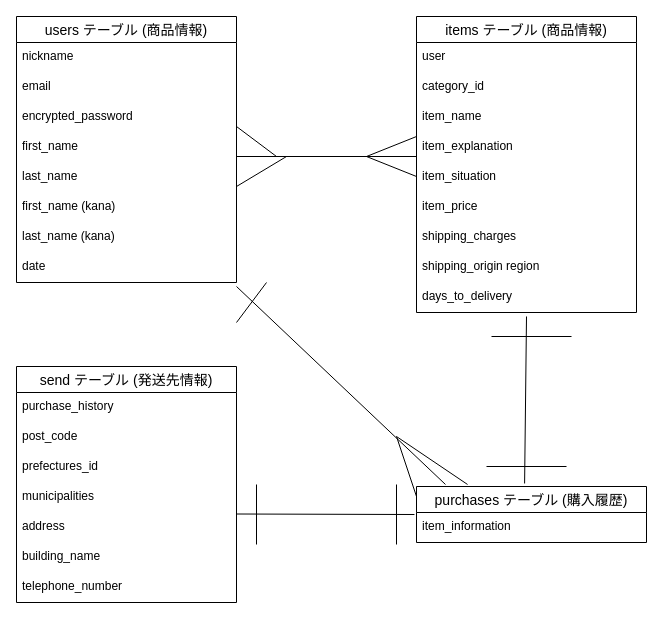
This is page "ページ2" (2 of 2) of furima-.dio from kzm0620/furima_39225, a draw.io file, before an edit. Source tidied: cells renumbered, new cells numbered last; positions are measured from the earlier drawing's top-left corner, leaving out a move shared by most shapes. Both pictures are drawn from the tidied source at 100%, with x=0, y=0 at pixel (16, 16).
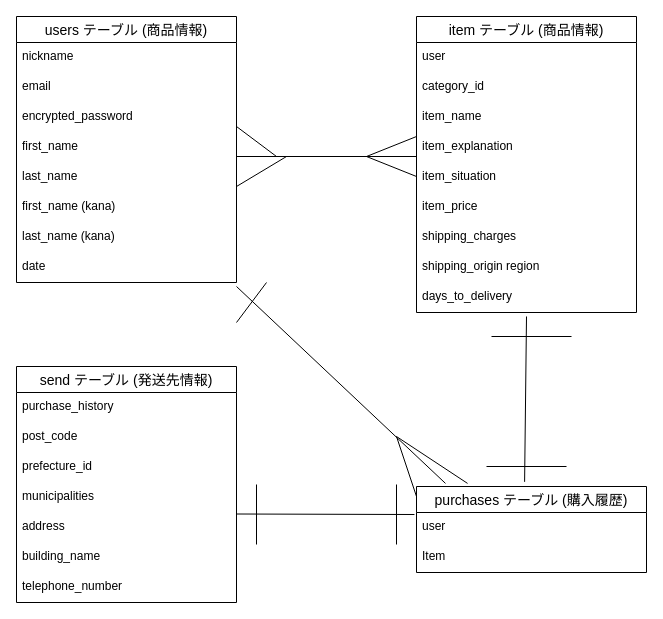
After the change.

The change refers to these unchanged cells:
```xml
<mxCell id="23" value="send テーブル (発送先情報)" style="swimlane;fontStyle=0;horizontal=1;startSize=26;align=center;fontSize=14;" parent="1" vertex="1">
  <mxGeometry y="350" width="220" height="236" as="geometry" />
</mxCell>
```

What changed in the source:
```diff
@@
-    <mxCell id="11" value="items テーブル (商品情報)" style="swimlane;fontStyle=0;horizontal=1;startSize=26;align=center;fontSize=14;" parent="1" vertex="1">
+    <mxCell id="11" value="item テーブル (商品情報)" style="swimlane;fontStyle=0;horizontal=1;startSize=26;align=center;fontSize=14;" parent="1" vertex="1">
       <mxGeometry x="400" width="220" height="296" as="geometry" />
     </mxCell>
@@
     <mxCell id="21" value="purchases テーブル (購入履歴)" style="swimlane;fontStyle=0;horizontal=1;startSize=26;align=center;fontSize=14;" parent="1" vertex="1">
-      <mxGeometry x="400" y="470" width="230" height="56" as="geometry" />
+      <mxGeometry x="400" y="470" width="230" height="86" as="geometry" />
     </mxCell>
-    <mxCell id="22" value="item_information" style="text;strokeColor=none;fillColor=none;spacingLeft=4;spacingRight=4;overflow=hidden;points=[[0,0.5],[1,0.5]];portConstraint=eastwest;fontSize=12;" parent="21" vertex="1">
+    <mxCell id="22" value="user" style="text;strokeColor=none;fillColor=none;spacingLeft=4;spacingRight=4;overflow=hidden;points=[[0,0.5],[1,0.5]];portConstraint=eastwest;fontSize=12;" parent="21" vertex="1">
       <mxGeometry y="26" width="230" height="30" as="geometry" />
     </mxCell>
+    <mxCell id="46" value="Item" style="text;strokeColor=none;fillColor=none;spacingLeft=4;spacingRight=4;overflow=hidden;fontSize=12;" parent="21" vertex="1">
+      <mxGeometry y="56" width="230" height="30" as="geometry" />
+    </mxCell>
@@
-    <mxCell id="26" value="prefectures_id" style="text;strokeColor=none;fillColor=none;spacingLeft=4;spacingRight=4;overflow=hidden;fontSize=12;" parent="23" vertex="1">
+    <mxCell id="26" value="prefecture_id" style="text;strokeColor=none;fillColor=none;spacingLeft=4;spacingRight=4;overflow=hidden;fontSize=12;" parent="23" vertex="1">
       <mxGeometry y="86" width="220" height="30" as="geometry" />
     </mxCell>
```
